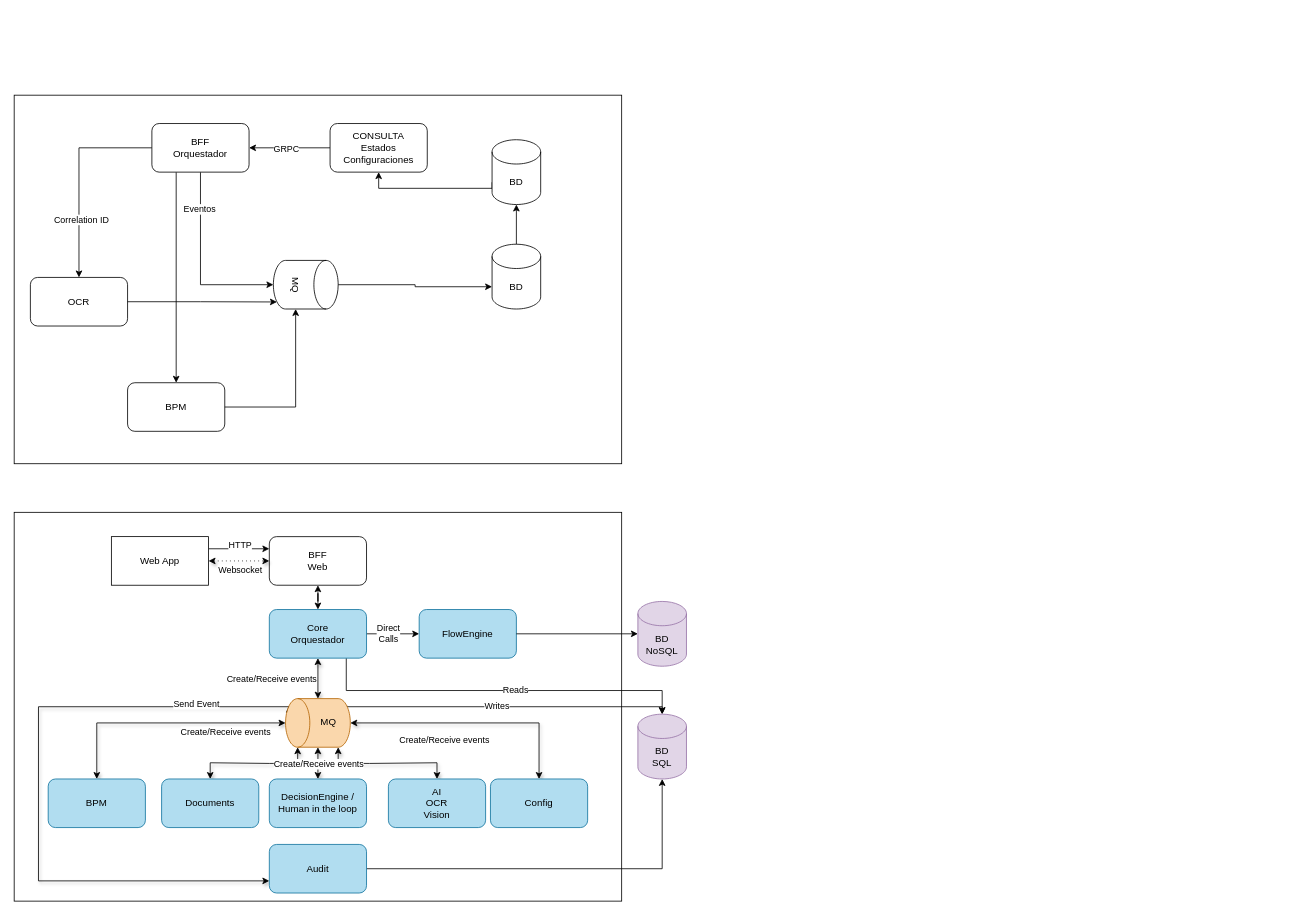
CdeT-Comite-de-Transformacion/LOS_Docs keeps this draw.io diagram as page "Ideas" (3 of 3) of los-bff-arqs.drawio. Above is the earlier version. Source tidied: cells renumbered, new cells numbered last; positions are measured from the earlier drawing's top-left corner, leaving out a move shared by most shapes. Both pictures are drawn from the tidied source at 81%, with x=0, y=0 at pixel (14, 95).
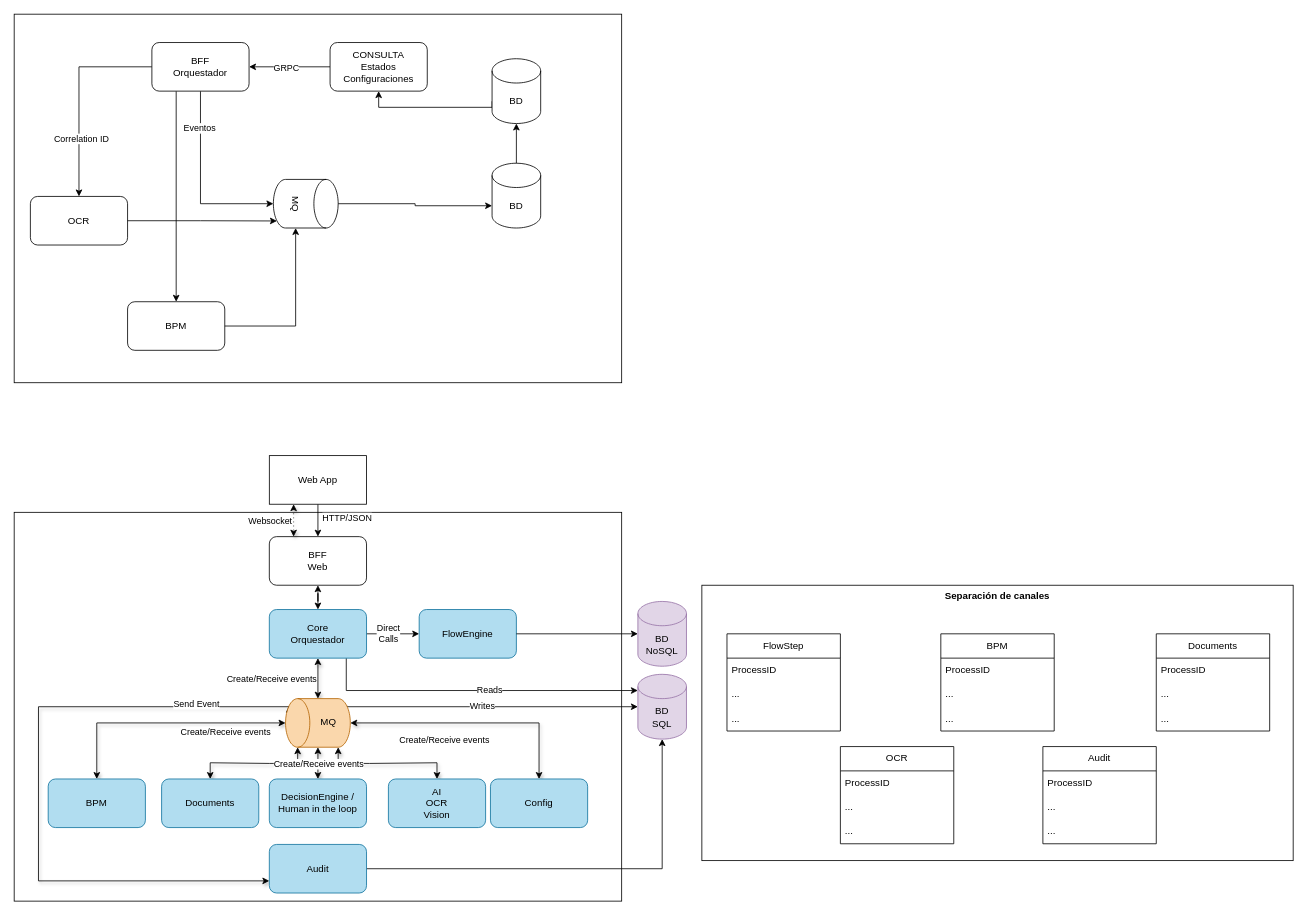
The same diagram, later.

Unchanged cells that the change refers to:
```xml
<mxCell id="24" value="&lt;div&gt;BFF&lt;/div&gt;Web" style="rounded=1;whiteSpace=wrap;html=1;" parent="1" vertex="1">
  <mxGeometry x="315" y="545" width="120" height="60" as="geometry" />
</mxCell>
<mxCell id="25" style="edgeStyle=orthogonalEdgeStyle;rounded=0;jettySize=auto;html=1;flowAnimation=1;shadow=1;startArrow=classic;startFill=1;" parent="1" edge="1" source="31" target="40">
  <mxGeometry relative="1" as="geometry" />
</mxCell>
```

What changed in the source:
```diff
@@
-    <mxCell id="2" style="whiteSpace=wrap;html=1;" parent="1" vertex="1">
-      <mxGeometry width="750" height="455" as="geometry" />
-    </mxCell>
+    <mxCell id="62" style="whiteSpace=wrap;html=1;" parent="1" vertex="1">
+      <mxGeometry y="-100" width="750" height="455" as="geometry" />
+    </mxCell>
@@
     <mxCell id="10" value="BFF&lt;div&gt;Orquestador&lt;/div&gt;" style="rounded=1;whiteSpace=wrap;html=1;" parent="1" vertex="1">
-      <mxGeometry x="170" y="35" width="120" height="60" as="geometry" />
+      <mxGeometry x="170" y="-65" width="120" height="60" as="geometry" />
     </mxCell>
     <mxCell id="11" value="CONSULTA&lt;div&gt;Estados&lt;/div&gt;&lt;div&gt;Configuraciones&lt;/div&gt;" style="rounded=1;whiteSpace=wrap;html=1;" parent="1" vertex="1">
-      <mxGeometry x="390" y="35" width="120" height="60" as="geometry" />
+      <mxGeometry x="390" y="-65" width="120" height="60" as="geometry" />
     </mxCell>
-    <mxCell id="12" style="edgeStyle=orthogonalEdgeStyle;rounded=0;jettySize=auto;html=1;entryX=0;entryY=0;entryDx=0;entryDy=52.5;entryPerimeter=0;exitX=0.5;exitY=1;exitDx=0;exitDy=0;startArrow=classic;startFill=1;endArrow=none;endFill=0;" parent="1" edge="1" source="11" target="16">
-      <mxGeometry relative="1" as="geometry">
-        <Array as="points">
-          <mxPoint x="450" y="115" />
-          <mxPoint x="590" y="115" />
-        </Array>
-      </mxGeometry>
-    </mxCell>
-    <mxCell id="13" value="BD" style="shape=cylinder3;whiteSpace=wrap;html=1;boundedLbl=1;backgroundOutline=1;size=15;" parent="1" vertex="1">
-      <mxGeometry x="590" y="184" width="60" height="80" as="geometry" />
-    </mxCell>
+    <mxCell id="63" style="edgeStyle=orthogonalEdgeStyle;rounded=0;jettySize=auto;html=1;entryX=0;entryY=0;entryDx=0;entryDy=52.5;entryPerimeter=0;exitX=0.5;exitY=1;exitDx=0;exitDy=0;startArrow=classic;startFill=1;endArrow=none;endFill=0;" parent="1" edge="1" source="11" target="66">
+      <mxGeometry relative="1" as="geometry">
+        <Array as="points">
+          <mxPoint x="450" y="15" />
+          <mxPoint x="590" y="15" />
+        </Array>
+      </mxGeometry>
+    </mxCell>
+    <mxCell id="64" value="BD" style="shape=cylinder3;whiteSpace=wrap;html=1;boundedLbl=1;backgroundOutline=1;size=15;" parent="1" vertex="1">
+      <mxGeometry x="590" y="84" width="60" height="80" as="geometry" />
+    </mxCell>
     <mxCell id="14" value="MQ" style="shape=cylinder3;whiteSpace=wrap;html=1;boundedLbl=1;backgroundOutline=1;size=15;rotation=90;" parent="1" vertex="1">
-      <mxGeometry x="330" y="194" width="60" height="80" as="geometry" />
+      <mxGeometry x="330" y="94" width="60" height="80" as="geometry" />
     </mxCell>
-    <mxCell id="15" style="edgeStyle=orthogonalEdgeStyle;rounded=0;jettySize=auto;html=1;exitX=0.5;exitY=0;exitDx=0;exitDy=0;exitPerimeter=0;entryX=0;entryY=0;entryDx=0;entryDy=52.5;entryPerimeter=0;" parent="1" edge="1" source="14" target="13">
-      <mxGeometry relative="1" as="geometry" />
-    </mxCell>
-    <mxCell id="16" value="BD" style="shape=cylinder3;whiteSpace=wrap;html=1;boundedLbl=1;backgroundOutline=1;size=15;" parent="1" vertex="1">
-      <mxGeometry x="590" y="55" width="60" height="80" as="geometry" />
-    </mxCell>
-    <mxCell id="17" style="edgeStyle=orthogonalEdgeStyle;rounded=0;jettySize=auto;html=1;exitX=0.5;exitY=0;exitDx=0;exitDy=0;exitPerimeter=0;entryX=0.5;entryY=1;entryDx=0;entryDy=0;entryPerimeter=0;" parent="1" edge="1" source="13" target="16">
-      <mxGeometry relative="1" as="geometry" />
-    </mxCell>
+    <mxCell id="65" style="edgeStyle=orthogonalEdgeStyle;rounded=0;jettySize=auto;html=1;exitX=0.5;exitY=0;exitDx=0;exitDy=0;exitPerimeter=0;entryX=0;entryY=0;entryDx=0;entryDy=52.5;entryPerimeter=0;" parent="1" edge="1" source="14" target="64">
+      <mxGeometry relative="1" as="geometry" />
+    </mxCell>
+    <mxCell id="66" value="BD" style="shape=cylinder3;whiteSpace=wrap;html=1;boundedLbl=1;backgroundOutline=1;size=15;" parent="1" vertex="1">
+      <mxGeometry x="590" y="-45" width="60" height="80" as="geometry" />
+    </mxCell>
+    <mxCell id="67" style="edgeStyle=orthogonalEdgeStyle;rounded=0;jettySize=auto;html=1;exitX=0.5;exitY=0;exitDx=0;exitDy=0;exitPerimeter=0;entryX=0.5;entryY=1;entryDx=0;entryDy=0;entryPerimeter=0;" parent="1" edge="1" source="64" target="66">
+      <mxGeometry relative="1" as="geometry" />
+    </mxCell>
     <mxCell id="18" value="BPM" style="rounded=1;whiteSpace=wrap;html=1;" parent="1" vertex="1">
-      <mxGeometry x="140" y="355" width="120" height="60" as="geometry" />
+      <mxGeometry x="140" y="255" width="120" height="60" as="geometry" />
     </mxCell>
@@
     <mxCell id="20" value="OCR" style="rounded=1;whiteSpace=wrap;html=1;" parent="1" vertex="1">
-      <mxGeometry x="20" y="225" width="120" height="60" as="geometry" />
+      <mxGeometry x="20" y="125" width="120" height="60" as="geometry" />
     </mxCell>
@@
-    <mxCell id="22" style="rounded=0;whiteSpace=wrap;html=1;" parent="1" vertex="1">
-      <mxGeometry y="515" width="750" height="480" as="geometry" />
-    </mxCell>
+    <mxCell id="68" style="rounded=0;whiteSpace=wrap;html=1;" parent="1" vertex="1">
+      <mxGeometry y="515" width="750" height="480" as="geometry" />
+    </mxCell>
@@
-    <mxCell id="26" value="&lt;div&gt;Create/Receive events&lt;/div&gt;" style="edgeLabel;html=1;align=center;verticalAlign=middle;" parent="25" vertex="1">
-      <mxGeometry x="-0.05" y="2" relative="1" as="geometry">
-        <mxPoint x="-60" y="1" as="offset" />
-      </mxGeometry>
-    </mxCell>
+    <mxCell id="69" value="&lt;div&gt;Create/Receive events&lt;/div&gt;" style="edgeLabel;html=1;align=center;verticalAlign=middle;" parent="25" vertex="1">
+      <mxGeometry x="-0.05" y="2" relative="1" as="geometry">
+        <mxPoint x="-60" y="1" as="offset" />
+      </mxGeometry>
+    </mxCell>
@@
-    <mxCell id="46" style="edgeStyle=orthogonalEdgeStyle;rounded=0;orthogonalLoop=1;jettySize=auto;html=1;innerLoopWaypoints=1;exitX=0.5;exitY=1;exitDx=0;exitDy=0;" parent="1" edge="1">
-      <mxGeometry relative="1" as="geometry">
-        <mxPoint x="312" y="984.2" as="sourcePoint" />
-        <mxPoint x="312" y="984.2" as="targetPoint" />
-      </mxGeometry>
-    </mxCell>
+    <mxCell id="70" style="edgeStyle=orthogonalEdgeStyle;rounded=0;orthogonalLoop=1;jettySize=auto;html=1;innerLoopWaypoints=1;exitX=0.5;exitY=1;exitDx=0;exitDy=0;" parent="1" edge="1">
+      <mxGeometry relative="1" as="geometry">
+        <mxPoint x="312" y="984.2" as="sourcePoint" />
+        <mxPoint x="312" y="984.2" as="targetPoint" />
+      </mxGeometry>
+    </mxCell>
-    <mxCell id="47" value="BD&lt;br&gt;SQL" style="shape=cylinder3;whiteSpace=wrap;html=1;boundedLbl=1;backgroundOutline=1;size=15;fillColor=#e1d5e7;strokeColor=#9673a6;" parent="1" vertex="1">
-      <mxGeometry x="770" y="764.2" width="60" height="80" as="geometry" />
+    <mxCell id="47" value="BD&lt;br&gt;&lt;div&gt;SQL&lt;/div&gt;" style="shape=cylinder3;whiteSpace=wrap;html=1;boundedLbl=1;backgroundOutline=1;size=15;fillColor=#e1d5e7;strokeColor=#9673a6;" parent="1" vertex="1">
+      <mxGeometry x="770" y="715" width="60" height="80" as="geometry" />
     </mxCell>
@@
-    <mxCell id="53" style="edgeStyle=orthogonalEdgeStyle;rounded=0;jettySize=auto;html=1;entryX=0;entryY=0.25;entryDx=0;entryDy=0;exitX=1;exitY=0.25;exitDx=0;exitDy=0;" parent="1" edge="1" source="57" target="24">
-      <mxGeometry relative="1" as="geometry" />
-    </mxCell>
-    <mxCell id="54" value="HTTP" style="edgeLabel;html=1;align=center;verticalAlign=middle;" parent="53" vertex="1">
-      <mxGeometry x="0.02" y="1" relative="1" as="geometry">
-        <mxPoint y="-4" as="offset" />
-      </mxGeometry>
-    </mxCell>
-    <mxCell id="55" style="edgeStyle=orthogonalEdgeStyle;rounded=0;jettySize=auto;html=1;entryX=0;entryY=0.5;entryDx=0;entryDy=0;startArrow=classic;startFill=1;dashed=1;dashPattern=1 4;flowAnimation=1;shadow=1;" parent="1" edge="1" source="57" target="24">
-      <mxGeometry relative="1" as="geometry" />
-    </mxCell>
+    <mxCell id="71" style="edgeStyle=orthogonalEdgeStyle;rounded=0;jettySize=auto;html=1;" parent="1" edge="1" source="57" target="24">
+      <mxGeometry relative="1" as="geometry" />
+    </mxCell>
+    <mxCell id="72" value="HTTP/JSON" style="edgeLabel;html=1;align=center;verticalAlign=middle;" parent="71" vertex="1">
+      <mxGeometry x="0.02" y="1" relative="1" as="geometry">
+        <mxPoint x="34" y="-4" as="offset" />
+      </mxGeometry>
+    </mxCell>
+    <mxCell id="73" style="edgeStyle=orthogonalEdgeStyle;rounded=0;jettySize=auto;html=1;startArrow=classic;startFill=1;dashed=1;dashPattern=1 4;flowAnimation=1;shadow=1;exitX=0.25;exitY=1;exitDx=0;exitDy=0;entryX=0.25;entryY=0;entryDx=0;entryDy=0;" parent="1" edge="1" source="57" target="24">
+      <mxGeometry relative="1" as="geometry" />
+    </mxCell>
-    <mxCell id="56" value="&lt;div&gt;Websocket&lt;/div&gt;" style="edgeLabel;html=1;align=center;verticalAlign=middle;" parent="55" vertex="1">
+    <mxCell id="56" value="&lt;div&gt;Websocket&lt;/div&gt;" style="edgeLabel;html=1;align=center;verticalAlign=middle;" parent="73" vertex="1">
       <mxGeometry x="0.22" y="-1" relative="1" as="geometry">
-        <mxPoint x="-8" y="9" as="offset" />
+        <mxPoint x="-29" y="-4" as="offset" />
       </mxGeometry>
     </mxCell>
     <mxCell id="57" value="Web App" style="rounded=0;whiteSpace=wrap;html=1;" parent="1" vertex="1">
-      <mxGeometry x="120" y="545" width="120" height="60" as="geometry" />
+      <mxGeometry x="315" y="445" width="120" height="60" as="geometry" />
     </mxCell>
@@
-    <mxCell id="59" value="&lt;div&gt;Create/Receive events&lt;/div&gt;" style="edgeLabel;html=1;align=center;verticalAlign=middle;" parent="1" vertex="1">
-      <mxGeometry x="260" y="785" as="geometry" />
-    </mxCell>
-    <mxCell id="60" value="&lt;div&gt;Create/Receive events&lt;/div&gt;" style="edgeLabel;html=1;align=center;verticalAlign=middle;" parent="1" vertex="1">
-      <mxGeometry x="375" y="825" as="geometry" />
-    </mxCell>
-    <mxCell id="61" value="&lt;div&gt;Create/Receive events&lt;/div&gt;" style="edgeLabel;html=1;align=center;verticalAlign=middle;" parent="1" vertex="1">
-      <mxGeometry x="530" y="795" as="geometry" />
-    </mxCell>
+    <mxCell id="74" value="&lt;div&gt;Create/Receive events&lt;/div&gt;" style="edgeLabel;html=1;align=center;verticalAlign=middle;" parent="1" vertex="1">
+      <mxGeometry x="260" y="785" as="geometry" />
+    </mxCell>
+    <mxCell id="75" value="&lt;div&gt;Create/Receive events&lt;/div&gt;" style="edgeLabel;html=1;align=center;verticalAlign=middle;" parent="1" vertex="1">
+      <mxGeometry x="375" y="825" as="geometry" />
+    </mxCell>
+    <mxCell id="76" value="&lt;div&gt;Create/Receive events&lt;/div&gt;" style="edgeLabel;html=1;align=center;verticalAlign=middle;" parent="1" vertex="1">
+      <mxGeometry x="530" y="795" as="geometry" />
+    </mxCell>
+    <mxCell id="77" value="&lt;b&gt;Separación de canales&lt;/b&gt;" style="rounded=0;whiteSpace=wrap;html=1;verticalAlign=top;" parent="1" vertex="1">
+      <mxGeometry x="849" y="605" width="730" height="340" as="geometry" />
+    </mxCell>
+    <mxCell id="78" value="BPM" style="swimlane;fontStyle=0;horizontal=1;startSize=30;whiteSpace=wrap;html=1;" parent="1" vertex="1">
+      <mxGeometry x="1144" y="665" width="140" height="120" as="geometry" />
+    </mxCell>
+    <mxCell id="79" value="&lt;div&gt;ProcessID&lt;/div&gt;" style="text;strokeColor=none;fillColor=none;align=left;verticalAlign=middle;spacingLeft=4;spacingRight=4;overflow=hidden;whiteSpace=wrap;html=1;" parent="78" vertex="1">
+      <mxGeometry y="30" width="140" height="30" as="geometry" />
+    </mxCell>
+    <mxCell id="80" value="..." style="text;strokeColor=none;fillColor=none;align=left;verticalAlign=middle;spacingLeft=4;spacingRight=4;overflow=hidden;whiteSpace=wrap;html=1;" parent="78" vertex="1">
+      <mxGeometry y="60" width="140" height="30" as="geometry" />
+    </mxCell>
+    <mxCell id="81" value="..." style="text;strokeColor=none;fillColor=none;align=left;verticalAlign=middle;spacingLeft=4;spacingRight=4;overflow=hidden;whiteSpace=wrap;html=1;" parent="78" vertex="1">
+      <mxGeometry y="90" width="140" height="30" as="geometry" />
+    </mxCell>
+    <mxCell id="82" value="Documents" style="swimlane;fontStyle=0;horizontal=1;startSize=30;whiteSpace=wrap;html=1;" parent="1" vertex="1">
+      <mxGeometry x="1410" y="665" width="140" height="120" as="geometry" />
+    </mxCell>
+    <mxCell id="83" value="&lt;div&gt;ProcessID&lt;/div&gt;" style="text;strokeColor=none;fillColor=none;align=left;verticalAlign=middle;spacingLeft=4;spacingRight=4;overflow=hidden;whiteSpace=wrap;html=1;" parent="82" vertex="1">
+      <mxGeometry y="30" width="140" height="30" as="geometry" />
+    </mxCell>
+    <mxCell id="84" value="..." style="text;strokeColor=none;fillColor=none;align=left;verticalAlign=middle;spacingLeft=4;spacingRight=4;overflow=hidden;whiteSpace=wrap;html=1;" parent="82" vertex="1">
+      <mxGeometry y="60" width="140" height="30" as="geometry" />
+    </mxCell>
+    <mxCell id="85" value="..." style="text;strokeColor=none;fillColor=none;align=left;verticalAlign=middle;spacingLeft=4;spacingRight=4;overflow=hidden;whiteSpace=wrap;html=1;" parent="82" vertex="1">
+      <mxGeometry y="90" width="140" height="30" as="geometry" />
+    </mxCell>
+    <mxCell id="86" value="Audit" style="swimlane;fontStyle=0;horizontal=1;startSize=30;whiteSpace=wrap;html=1;" parent="1" vertex="1">
+      <mxGeometry x="1270" y="804.2" width="140" height="120" as="geometry" />
+    </mxCell>
+    <mxCell id="87" value="&lt;div&gt;ProcessID&lt;/div&gt;" style="text;strokeColor=none;fillColor=none;align=left;verticalAlign=middle;spacingLeft=4;spacingRight=4;overflow=hidden;whiteSpace=wrap;html=1;" parent="86" vertex="1">
+      <mxGeometry y="30" width="140" height="30" as="geometry" />
+    </mxCell>
+    <mxCell id="88" value="..." style="text;strokeColor=none;fillColor=none;align=left;verticalAlign=middle;spacingLeft=4;spacingRight=4;overflow=hidden;whiteSpace=wrap;html=1;" parent="86" vertex="1">
+      <mxGeometry y="60" width="140" height="30" as="geometry" />
+    </mxCell>
+    <mxCell id="89" value="..." style="text;strokeColor=none;fillColor=none;align=left;verticalAlign=middle;spacingLeft=4;spacingRight=4;overflow=hidden;whiteSpace=wrap;html=1;" parent="86" vertex="1">
+      <mxGeometry y="90" width="140" height="30" as="geometry" />
+    </mxCell>
+    <mxCell id="90" value="OCR" style="swimlane;fontStyle=0;horizontal=1;startSize=30;whiteSpace=wrap;html=1;" parent="1" vertex="1">
+      <mxGeometry x="1020" y="804.2" width="140" height="120" as="geometry" />
+    </mxCell>
+    <mxCell id="91" value="&lt;div&gt;ProcessID&lt;/div&gt;" style="text;strokeColor=none;fillColor=none;align=left;verticalAlign=middle;spacingLeft=4;spacingRight=4;overflow=hidden;whiteSpace=wrap;html=1;" parent="90" vertex="1">
+      <mxGeometry y="30" width="140" height="30" as="geometry" />
+    </mxCell>
+    <mxCell id="92" value="..." style="text;strokeColor=none;fillColor=none;align=left;verticalAlign=middle;spacingLeft=4;spacingRight=4;overflow=hidden;whiteSpace=wrap;html=1;" parent="90" vertex="1">
+      <mxGeometry y="60" width="140" height="30" as="geometry" />
+    </mxCell>
+    <mxCell id="93" value="..." style="text;strokeColor=none;fillColor=none;align=left;verticalAlign=middle;spacingLeft=4;spacingRight=4;overflow=hidden;whiteSpace=wrap;html=1;" parent="90" vertex="1">
+      <mxGeometry y="90" width="140" height="30" as="geometry" />
+    </mxCell>
+    <mxCell id="94" value="FlowStep" style="swimlane;fontStyle=0;horizontal=1;startSize=30;whiteSpace=wrap;html=1;" parent="1" vertex="1">
+      <mxGeometry x="880" y="665" width="140" height="120" as="geometry" />
+    </mxCell>
+    <mxCell id="95" value="&lt;div&gt;ProcessID&lt;/div&gt;" style="text;strokeColor=none;fillColor=none;align=left;verticalAlign=middle;spacingLeft=4;spacingRight=4;overflow=hidden;whiteSpace=wrap;html=1;" parent="94" vertex="1">
+      <mxGeometry y="30" width="140" height="30" as="geometry" />
+    </mxCell>
+    <mxCell id="96" value="..." style="text;strokeColor=none;fillColor=none;align=left;verticalAlign=middle;spacingLeft=4;spacingRight=4;overflow=hidden;whiteSpace=wrap;html=1;" parent="94" vertex="1">
+      <mxGeometry y="60" width="140" height="30" as="geometry" />
+    </mxCell>
+    <mxCell id="97" value="..." style="text;strokeColor=none;fillColor=none;align=left;verticalAlign=middle;spacingLeft=4;spacingRight=4;overflow=hidden;whiteSpace=wrap;html=1;" parent="94" vertex="1">
+      <mxGeometry y="90" width="140" height="30" as="geometry" />
+    </mxCell>
```
